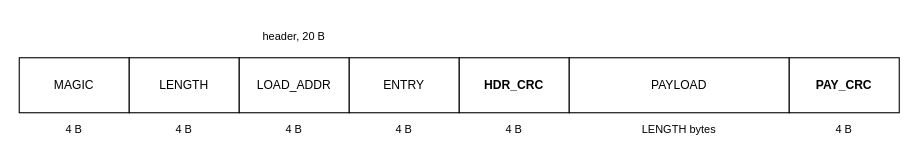
quynhonsemiconductor/vlsi_deep_training keeps this draw.io diagram as page "Boot frame" (3 of 5) of doc/figures/drawio/QNSC_BOOT.drawio. Above is the earlier version. Source tidied: cells renumbered, new cells numbered last; positions are measured from the earlier drawing's top-left corner, leaving out a move shared by most shapes. Both pictures are drawn from the tidied source at 110%, with x=0, y=0 at pixel (19, 19).
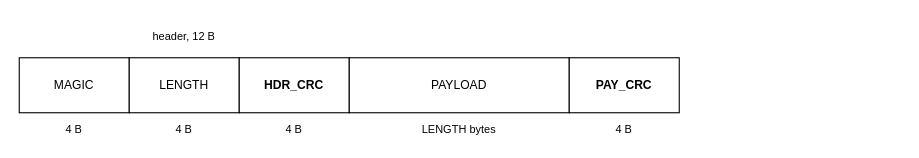
The same page after the edit.

The edit, as a diff of the source:
```diff
@@
 <mxGraphModel>
   <root>
     <mxCell id="0" />
     <mxCell id="1" parent="0" />
     <mxCell id="2" value="MAGIC" style="rounded=0;whiteSpace=wrap;html=1;fillColor=#ffffff;strokeColor=#000000;fontSize=11;dashed=0;verticalAlign=middle;" parent="1" vertex="1">
       <mxGeometry y="35" width="100" height="50" as="geometry" />
     </mxCell>
     <mxCell id="3" value="4 B" style="rounded=0;whiteSpace=wrap;html=1;fillColor=none;strokeColor=none;fontSize=10;dashed=0;verticalAlign=middle;" parent="1" vertex="1">
       <mxGeometry y="90" width="100" height="20" as="geometry" />
     </mxCell>
     <mxCell id="4" value="LENGTH" style="rounded=0;whiteSpace=wrap;html=1;fillColor=#ffffff;strokeColor=#000000;fontSize=11;dashed=0;verticalAlign=middle;" parent="1" vertex="1">
       <mxGeometry x="100" y="35" width="100" height="50" as="geometry" />
     </mxCell>
     <mxCell id="5" value="4 B" style="rounded=0;whiteSpace=wrap;html=1;fillColor=none;strokeColor=none;fontSize=10;dashed=0;verticalAlign=middle;" parent="1" vertex="1">
       <mxGeometry x="100" y="90" width="100" height="20" as="geometry" />
     </mxCell>
-    <mxCell id="6" value="LOAD_ADDR" style="rounded=0;whiteSpace=wrap;html=1;fillColor=#ffffff;strokeColor=#000000;fontSize=11;dashed=0;verticalAlign=middle;" parent="1" vertex="1">
+    <mxCell id="6" value="HDR_CRC" style="rounded=0;whiteSpace=wrap;html=1;fillColor=#ffffff;strokeColor=#000000;fontSize=11;dashed=0;fontStyle=1;verticalAlign=middle;" parent="1" vertex="1">
       <mxGeometry x="200" y="35" width="100" height="50" as="geometry" />
     </mxCell>
     <mxCell id="7" value="4 B" style="rounded=0;whiteSpace=wrap;html=1;fillColor=none;strokeColor=none;fontSize=10;dashed=0;verticalAlign=middle;" parent="1" vertex="1">
       <mxGeometry x="200" y="90" width="100" height="20" as="geometry" />
     </mxCell>
-    <mxCell id="8" value="ENTRY" style="rounded=0;whiteSpace=wrap;html=1;fillColor=#ffffff;strokeColor=#000000;fontSize=11;dashed=0;verticalAlign=middle;" parent="1" vertex="1">
-      <mxGeometry x="300" y="35" width="100" height="50" as="geometry" />
+    <mxCell id="8" value="PAYLOAD" style="rounded=0;whiteSpace=wrap;html=1;fillColor=#ffffff;strokeColor=#000000;fontSize=11;dashed=0;verticalAlign=middle;" parent="1" vertex="1">
+      <mxGeometry x="300" y="35" width="200" height="50" as="geometry" />
     </mxCell>
-    <mxCell id="9" value="4 B" style="rounded=0;whiteSpace=wrap;html=1;fillColor=none;strokeColor=none;fontSize=10;dashed=0;verticalAlign=middle;" parent="1" vertex="1">
-      <mxGeometry x="300" y="90" width="100" height="20" as="geometry" />
+    <mxCell id="9" value="LENGTH bytes" style="rounded=0;whiteSpace=wrap;html=1;fillColor=none;strokeColor=none;fontSize=10;dashed=0;verticalAlign=middle;" parent="1" vertex="1">
+      <mxGeometry x="300" y="90" width="200" height="20" as="geometry" />
     </mxCell>
-    <mxCell id="10" value="HDR_CRC" style="rounded=0;whiteSpace=wrap;html=1;fillColor=#ffffff;strokeColor=#000000;fontSize=11;dashed=0;fontStyle=1;verticalAlign=middle;" parent="1" vertex="1">
-      <mxGeometry x="400" y="35" width="100" height="50" as="geometry" />
+    <mxCell id="10" value="PAY_CRC" style="rounded=0;whiteSpace=wrap;html=1;fillColor=#ffffff;strokeColor=#000000;fontSize=11;dashed=0;fontStyle=1;verticalAlign=middle;" parent="1" vertex="1">
+      <mxGeometry x="500" y="35" width="100" height="50" as="geometry" />
     </mxCell>
     <mxCell id="11" value="4 B" style="rounded=0;whiteSpace=wrap;html=1;fillColor=none;strokeColor=none;fontSize=10;dashed=0;verticalAlign=middle;" parent="1" vertex="1">
-      <mxGeometry x="400" y="90" width="100" height="20" as="geometry" />
+      <mxGeometry x="500" y="90" width="100" height="20" as="geometry" />
     </mxCell>
-    <mxCell id="12" value="PAYLOAD" style="rounded=0;whiteSpace=wrap;html=1;fillColor=#ffffff;strokeColor=#000000;fontSize=11;dashed=0;verticalAlign=middle;" parent="1" vertex="1">
-      <mxGeometry x="500" y="35" width="200" height="50" as="geometry" />
-    </mxCell>
-    <mxCell id="13" value="LENGTH bytes" style="rounded=0;whiteSpace=wrap;html=1;fillColor=none;strokeColor=none;fontSize=10;dashed=0;verticalAlign=middle;" parent="1" vertex="1">
-      <mxGeometry x="500" y="90" width="200" height="20" as="geometry" />
-    </mxCell>
-    <mxCell id="14" value="PAY_CRC" style="rounded=0;whiteSpace=wrap;html=1;fillColor=#ffffff;strokeColor=#000000;fontSize=11;dashed=0;fontStyle=1;verticalAlign=middle;" parent="1" vertex="1">
-      <mxGeometry x="700" y="35" width="100" height="50" as="geometry" />
-    </mxCell>
-    <mxCell id="15" value="4 B" style="rounded=0;whiteSpace=wrap;html=1;fillColor=none;strokeColor=none;fontSize=10;dashed=0;verticalAlign=middle;" parent="1" vertex="1">
-      <mxGeometry x="700" y="90" width="100" height="20" as="geometry" />
-    </mxCell>
-    <mxCell id="16" value="header, 20 B" style="rounded=0;whiteSpace=wrap;html=1;fillColor=none;strokeColor=none;fontSize=10;dashed=0;verticalAlign=middle;" parent="1" vertex="1">
-      <mxGeometry width="500" height="30" as="geometry" />
+    <mxCell id="16" value="header, 12 B" style="rounded=0;whiteSpace=wrap;html=1;fillColor=none;strokeColor=none;fontSize=10;dashed=0;verticalAlign=middle;" parent="1" vertex="1">
+      <mxGeometry width="300" height="30" as="geometry" />
     </mxCell>
   </root>
 </mxGraphModel>
```
